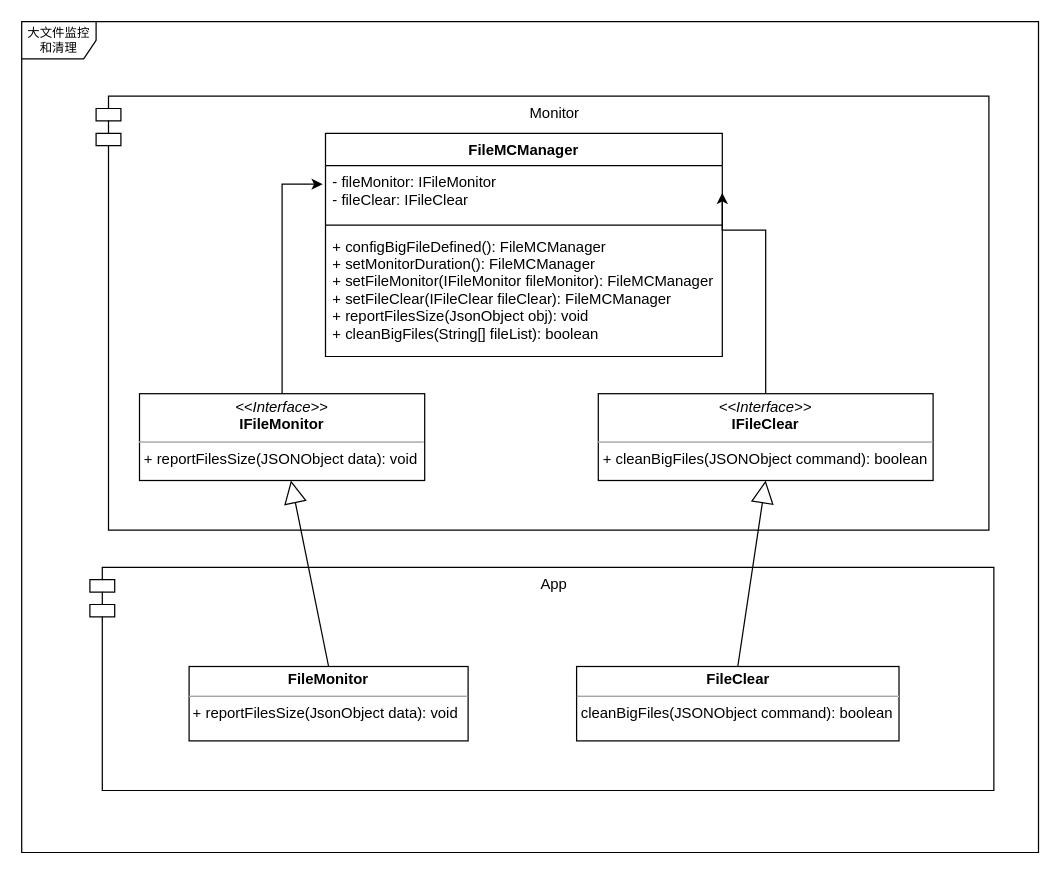
jimmy5zhang/UML keeps this draw.io diagram as 大文件监控和清理.drawio. Above is the earlier version. Source tidied: cells renumbered, new cells numbered last; positions are measured from the earlier drawing's top-left corner, leaving out a move shared by most shapes. Both pictures are drawn from the tidied source at 124%, with x=0, y=0 at pixel (21, 21).
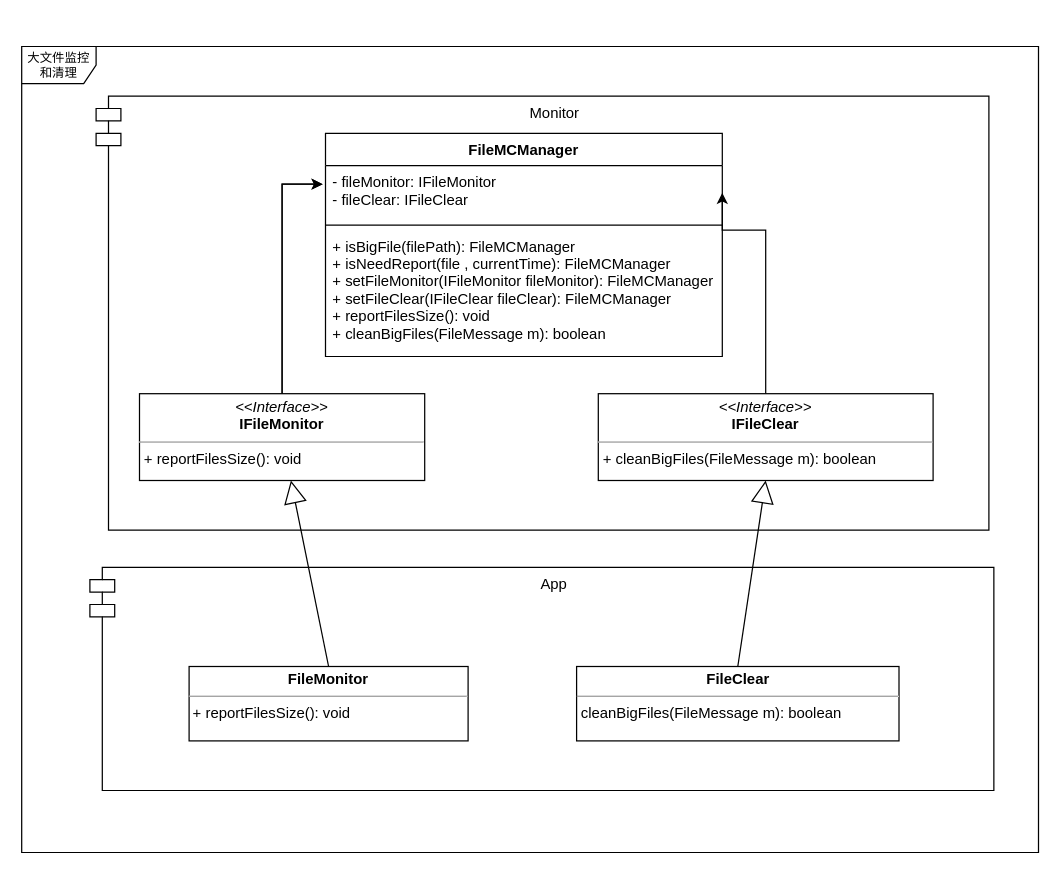
Above is the later version.

Commit message:
Update 大文件监控和清理.drawio

The change refers to these unchanged cells:
```xml
<mxCell id="8" value="FileMCManager" style="swimlane;fontStyle=1;align=center;verticalAlign=top;horizontal=1;startSize=26;" parent="1" vertex="1">
  <mxGeometry x="245" y="90" width="320" height="180" as="geometry" />
</mxCell>
<mxCell id="9" value="- fileMonitor: IFileMonitor&#10;- fileClear: IFileClear" style="text;strokeColor=none;fillColor=none;align=left;verticalAlign=top;spacingLeft=4;spacingRight=4;overflow=hidden;points=[[0,0.5],[1,0.5]];portConstraint=eastwest;" parent="8" vertex="1">
  <mxGeometry y="26" width="320" height="44" as="geometry" />
</mxCell>
```

Diff of the diagram source:
```diff
@@
     <mxCell id="3" value="大文件监控和清理" style="shape=umlFrame;whiteSpace=wrap;html=1;rounded=0;shadow=0;comic=0;labelBackgroundColor=none;strokeWidth=1;fontFamily=Verdana;fontSize=10;align=center;" parent="1" vertex="1">
-      <mxGeometry width="820" height="670" as="geometry" />
+      <mxGeometry y="20" width="820" height="650" as="geometry" />
     </mxCell>
@@
-    <mxCell id="5" value="&lt;p style=&quot;margin: 0px ; margin-top: 4px ; text-align: center&quot;&gt;&lt;i&gt;&amp;lt;&amp;lt;Interface&amp;gt;&amp;gt;&lt;/i&gt;&lt;br&gt;&lt;b&gt;IFileMonitor&lt;/b&gt;&lt;/p&gt;&lt;hr size=&quot;1&quot;&gt;&lt;p style=&quot;margin: 0px ; margin-left: 4px&quot;&gt;+ reportFilesSize(JSONObject data): void&lt;br&gt;&lt;/p&gt;" style="verticalAlign=top;align=left;overflow=fill;fontSize=12;fontFamily=Helvetica;html=1;rounded=0;shadow=0;comic=0;labelBackgroundColor=none;strokeWidth=1;" parent="1" vertex="1">
+    <mxCell id="5" value="&lt;p style=&quot;margin: 0px ; margin-top: 4px ; text-align: center&quot;&gt;&lt;i&gt;&amp;lt;&amp;lt;Interface&amp;gt;&amp;gt;&lt;/i&gt;&lt;br&gt;&lt;b&gt;IFileMonitor&lt;/b&gt;&lt;/p&gt;&lt;hr size=&quot;1&quot;&gt;&lt;p style=&quot;margin: 0px ; margin-left: 4px&quot;&gt;+ reportFilesSize(): void&lt;br&gt;&lt;/p&gt;" style="verticalAlign=top;align=left;overflow=fill;fontSize=12;fontFamily=Helvetica;html=1;rounded=0;shadow=0;comic=0;labelBackgroundColor=none;strokeWidth=1;" parent="1" vertex="1">
       <mxGeometry x="95" y="300" width="230" height="70" as="geometry" />
     </mxCell>
@@
-    <mxCell id="7" value="&lt;p style=&quot;margin: 0px ; margin-top: 4px ; text-align: center&quot;&gt;&lt;i&gt;&amp;lt;&amp;lt;Interface&amp;gt;&amp;gt;&lt;/i&gt;&lt;br&gt;&lt;b&gt;IFileClear&lt;/b&gt;&lt;/p&gt;&lt;hr size=&quot;1&quot;&gt;&lt;p style=&quot;margin: 0px ; margin-left: 4px&quot;&gt;+ cleanBigFiles(JSONObject&amp;nbsp;command): boolean&lt;br&gt;&lt;/p&gt;" style="verticalAlign=top;align=left;overflow=fill;fontSize=12;fontFamily=Helvetica;html=1;rounded=0;shadow=0;comic=0;labelBackgroundColor=none;strokeWidth=1;" parent="1" vertex="1">
+    <mxCell id="7" value="&lt;p style=&quot;margin: 0px ; margin-top: 4px ; text-align: center&quot;&gt;&lt;i&gt;&amp;lt;&amp;lt;Interface&amp;gt;&amp;gt;&lt;/i&gt;&lt;br&gt;&lt;b&gt;IFileClear&lt;/b&gt;&lt;/p&gt;&lt;hr size=&quot;1&quot;&gt;&lt;p style=&quot;margin: 0px ; margin-left: 4px&quot;&gt;+ cleanBigFiles(FileMessage m): boolean&lt;br&gt;&lt;/p&gt;" style="verticalAlign=top;align=left;overflow=fill;fontSize=12;fontFamily=Helvetica;html=1;rounded=0;shadow=0;comic=0;labelBackgroundColor=none;strokeWidth=1;" parent="1" vertex="1">
       <mxGeometry x="465" y="300" width="270" height="70" as="geometry" />
     </mxCell>
@@
-    <mxCell id="11" value="+ configBigFileDefined(): FileMCManager&#10;+ setMonitorDuration(): FileMCManager&#10;+ setFileMonitor(IFileMonitor fileMonitor): FileMCManager&#10;+ setFileClear(IFileClear fileClear): FileMCManager&#10;+ reportFilesSize(JsonObject obj): void&#10;+ cleanBigFiles(String[] fileList): boolean" style="text;strokeColor=none;fillColor=none;align=left;verticalAlign=top;spacingLeft=4;spacingRight=4;overflow=hidden;" parent="8" vertex="1">
+    <mxCell id="11" value="+ isBigFile(filePath): FileMCManager&#10;+ isNeedReport(file , currentTime): FileMCManager&#10;+ setFileMonitor(IFileMonitor fileMonitor): FileMCManager&#10;+ setFileClear(IFileClear fileClear): FileMCManager&#10;+ reportFilesSize(): void&#10;+ cleanBigFiles(FileMessage m): boolean" style="text;strokeColor=none;fillColor=none;align=left;verticalAlign=top;spacingLeft=4;spacingRight=4;overflow=hidden;" parent="8" vertex="1">
       <mxGeometry y="78" width="320" height="102" as="geometry" />
     </mxCell>
@@
-    <mxCell id="13" value="&lt;p style=&quot;margin: 0px ; margin-top: 4px ; text-align: center&quot;&gt;&lt;b&gt;FileMonitor&lt;/b&gt;&lt;/p&gt;&lt;hr size=&quot;1&quot;&gt;&lt;p style=&quot;margin: 0px ; margin-left: 4px&quot;&gt;&lt;/p&gt;&amp;nbsp;+ reportFilesSize(JsonObject data): void" style="verticalAlign=top;align=left;overflow=fill;fontSize=12;fontFamily=Helvetica;html=1;" parent="1" vertex="1">
+    <mxCell id="13" value="&lt;p style=&quot;margin: 0px ; margin-top: 4px ; text-align: center&quot;&gt;&lt;b&gt;FileMonitor&lt;/b&gt;&lt;/p&gt;&lt;hr size=&quot;1&quot;&gt;&lt;p style=&quot;margin: 0px ; margin-left: 4px&quot;&gt;&lt;/p&gt;&amp;nbsp;+ reportFilesSize(): void" style="verticalAlign=top;align=left;overflow=fill;fontSize=12;fontFamily=Helvetica;html=1;" parent="1" vertex="1">
       <mxGeometry x="135" y="520" width="225" height="60" as="geometry" />
     </mxCell>
-    <mxCell id="14" value="&lt;p style=&quot;margin: 0px ; margin-top: 4px ; text-align: center&quot;&gt;&lt;b&gt;FileClear&lt;/b&gt;&lt;br&gt;&lt;/p&gt;&lt;hr size=&quot;1&quot;&gt;&lt;p style=&quot;margin: 0px ; margin-left: 4px&quot;&gt;&lt;/p&gt;&amp;nbsp;cleanBigFiles(JSONObject&amp;nbsp;command): boolean" style="verticalAlign=top;align=left;overflow=fill;fontSize=12;fontFamily=Helvetica;html=1;" parent="1" vertex="1">
+    <mxCell id="14" value="&lt;p style=&quot;margin: 0px ; margin-top: 4px ; text-align: center&quot;&gt;&lt;b&gt;FileClear&lt;/b&gt;&lt;br&gt;&lt;/p&gt;&lt;hr size=&quot;1&quot;&gt;&lt;p style=&quot;margin: 0px ; margin-left: 4px&quot;&gt;&lt;/p&gt;&amp;nbsp;cleanBigFiles(FileMessage m): boolean" style="verticalAlign=top;align=left;overflow=fill;fontSize=12;fontFamily=Helvetica;html=1;" parent="1" vertex="1">
       <mxGeometry x="447.5" y="520" width="260" height="60" as="geometry" />
     </mxCell>
@@
+    <mxCell id="17" style="edgeStyle=orthogonalEdgeStyle;rounded=0;jettySize=auto;html=1;entryX=-0.007;entryY=0.341;entryDx=0;entryDy=0;entryPerimeter=0;" parent="1" edge="1" source="5" target="9">
+      <mxGeometry relative="1" as="geometry">
+        <Array as="points">
+          <mxPoint x="210" y="131" />
+        </Array>
+      </mxGeometry>
+    </mxCell>
```
